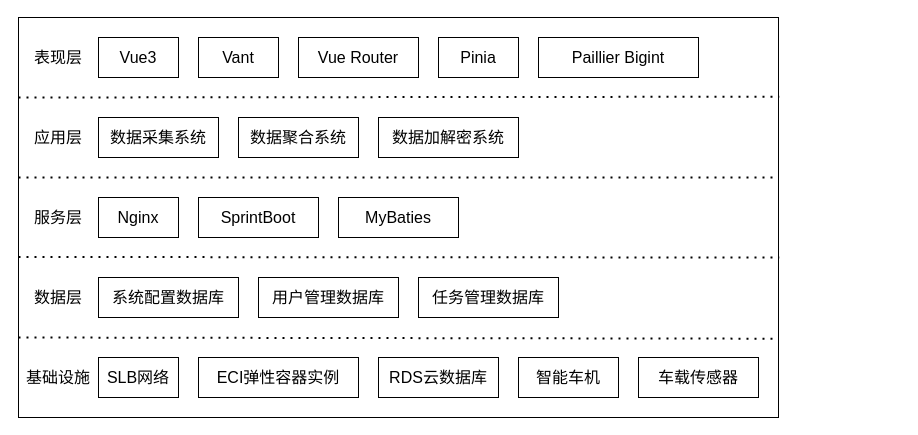
Ikaros727/pumpkin keeps this draw.io diagram as doc/uml/系统架构.drawio. Above is the earlier version. Source tidied: cells renumbered, new cells numbered last; positions are measured from the earlier drawing's top-left corner, leaving out a move shared by most shapes. Both pictures are drawn from the tidied source at 100%, with x=0, y=0 at pixel (18, 17).
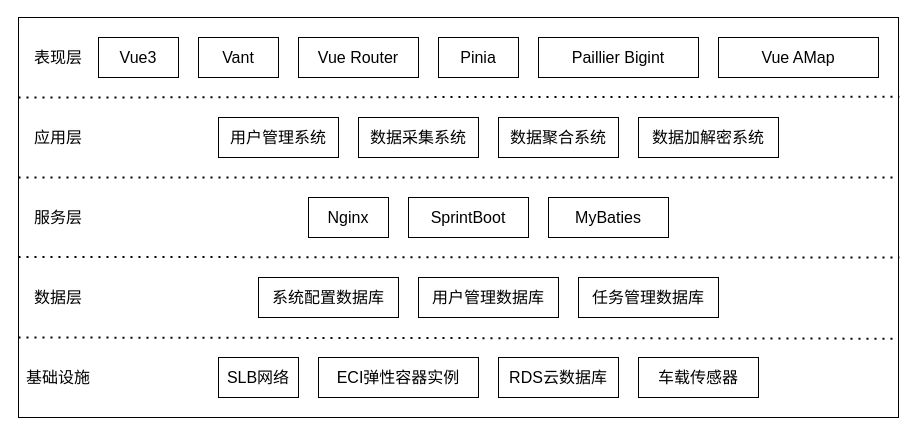
After the change.

Commit message (it also covers changes not shown here):
更新系统架构.drawio

Change to the diagram source:
```diff
@@
     <mxCell id="2" style="rounded=0;whiteSpace=wrap;html=1;fontFamily=宋体;fontSize=16;" parent="1" vertex="1">
-      <mxGeometry width="760" height="400" as="geometry" />
+      <mxGeometry width="880" height="400" as="geometry" />
     </mxCell>
     <mxCell id="3" value="RDS云数据库" style="rounded=0;whiteSpace=wrap;html=1;fontFamily=宋体;fontSize=16;" parent="1" vertex="1">
-      <mxGeometry x="360" y="340" width="120" height="40" as="geometry" />
+      <mxGeometry x="480" y="340" width="120" height="40" as="geometry" />
     </mxCell>
@@
     <mxCell id="11" value="ECI弹性容器实例" style="rounded=0;whiteSpace=wrap;html=1;fontFamily=宋体;fontSize=16;" parent="1" vertex="1">
-      <mxGeometry x="180" y="340" width="160" height="40" as="geometry" />
+      <mxGeometry x="300" y="340" width="160" height="40" as="geometry" />
     </mxCell>
     <mxCell id="12" value="数据采集系统" style="rounded=0;whiteSpace=wrap;html=1;fontFamily=宋体;fontSize=16;" parent="1" vertex="1">
-      <mxGeometry x="80" y="100" width="120" height="40" as="geometry" />
+      <mxGeometry x="340" y="100" width="120" height="40" as="geometry" />
     </mxCell>
@@
-    <mxCell id="14" value="智能车机" style="rounded=0;whiteSpace=wrap;html=1;fontFamily=宋体;fontSize=16;" parent="1" vertex="1">
-      <mxGeometry x="500" y="340" width="100" height="40" as="geometry" />
-    </mxCell>
     <mxCell id="15" value="SLB网络" style="rounded=0;whiteSpace=wrap;html=1;fontFamily=宋体;fontSize=16;" parent="1" vertex="1">
-      <mxGeometry x="80" y="340" width="80" height="40" as="geometry" />
+      <mxGeometry x="200" y="340" width="80" height="40" as="geometry" />
     </mxCell>
     <mxCell id="16" value="SprintBoot" style="rounded=0;whiteSpace=wrap;html=1;fontFamily=宋体;fontSize=16;" parent="1" vertex="1">
-      <mxGeometry x="180" y="180" width="120" height="40" as="geometry" />
+      <mxGeometry x="390" y="180" width="120" height="40" as="geometry" />
     </mxCell>
     <mxCell id="17" value="数据聚合系统" style="rounded=0;whiteSpace=wrap;html=1;fontFamily=宋体;fontSize=16;" parent="1" vertex="1">
-      <mxGeometry x="220" y="100" width="120" height="40" as="geometry" />
+      <mxGeometry x="480" y="100" width="120" height="40" as="geometry" />
     </mxCell>
     <mxCell id="18" value="MyBaties" style="rounded=0;whiteSpace=wrap;html=1;fontFamily=宋体;fontSize=16;" parent="1" vertex="1">
-      <mxGeometry x="320" y="180" width="120" height="40" as="geometry" />
+      <mxGeometry x="530" y="180" width="120" height="40" as="geometry" />
     </mxCell>
     <mxCell id="19" value="数据加解密系统" style="rounded=0;whiteSpace=wrap;html=1;fontFamily=宋体;fontSize=16;" parent="1" vertex="1">
-      <mxGeometry x="360" y="100" width="140" height="40" as="geometry" />
+      <mxGeometry x="620" y="100" width="140" height="40" as="geometry" />
     </mxCell>
@@
     <mxCell id="26" value="系统配置数据库" style="rounded=0;whiteSpace=wrap;html=1;fontFamily=宋体;fontSize=16;" parent="1" vertex="1">
-      <mxGeometry x="80" y="260" width="140" height="40" as="geometry" />
+      <mxGeometry x="240" y="260" width="140" height="40" as="geometry" />
     </mxCell>
     <mxCell id="27" value="用户管理数据库" style="rounded=0;whiteSpace=wrap;html=1;fontFamily=宋体;fontSize=16;" parent="1" vertex="1">
-      <mxGeometry x="240" y="260" width="140" height="40" as="geometry" />
+      <mxGeometry x="400" y="260" width="140" height="40" as="geometry" />
     </mxCell>
     <mxCell id="28" value="任务管理数据库" style="rounded=0;whiteSpace=wrap;html=1;fontFamily=宋体;fontSize=16;" parent="1" vertex="1">
-      <mxGeometry x="400" y="260" width="140" height="40" as="geometry" />
+      <mxGeometry x="560" y="260" width="140" height="40" as="geometry" />
     </mxCell>
     <mxCell id="29" value="Nginx" style="rounded=0;whiteSpace=wrap;html=1;fontFamily=宋体;fontSize=16;" parent="1" vertex="1">
-      <mxGeometry x="80" y="180" width="80" height="40" as="geometry" />
+      <mxGeometry x="290" y="180" width="80" height="40" as="geometry" />
     </mxCell>
@@
+    <mxCell id="31" value="用户管理系统" style="rounded=0;whiteSpace=wrap;html=1;fontFamily=宋体;fontSize=16;" parent="1" vertex="1">
+      <mxGeometry x="200" y="100" width="120" height="40" as="geometry" />
+    </mxCell>
+    <mxCell id="32" value="Vue AMap" style="rounded=0;whiteSpace=wrap;html=1;fontFamily=宋体;fontSize=16;" parent="1" vertex="1">
+      <mxGeometry x="700" y="20" width="160" height="40" as="geometry" />
+    </mxCell>
```
